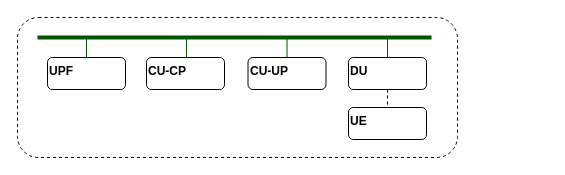
dsaucez/blueprint keeps this draw.io diagram as page "split" (4 of 6) of images/5g.drawio. Above is the earlier version. Source tidied: cells renumbered, new cells numbered last; positions are measured from the earlier drawing's top-left corner, leaving out a move shared by most shapes. Both pictures are drawn from the tidied source at 100%, with x=0, y=0 at pixel (17, 17).
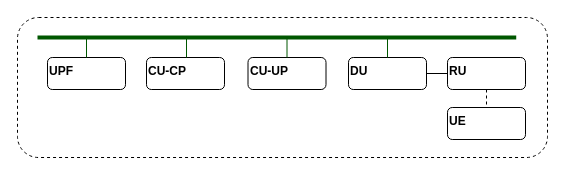
After the change.

Change to the diagram source:
```diff
@@
 <mxGraphModel background="#ffffff">
   <root>
     <mxCell id="0" />
     <mxCell id="1" parent="0" />
     <mxCell id="2" style="rounded=1;whiteSpace=wrap;html=1;strokeColor=#000000;strokeWidth=1;fontColor=#000000;fillColor=none;align=center;verticalAlign=top;dashed=1;" parent="1" vertex="1">
-      <mxGeometry width="440" height="140" as="geometry" />
+      <mxGeometry width="530" height="140" as="geometry" />
     </mxCell>
     <mxCell id="3" value="&lt;b&gt;CU-CP&lt;/b&gt;" style="rounded=1;whiteSpace=wrap;html=1;strokeColor=#000000;strokeWidth=1;fontColor=#000000;fillColor=none;align=left;verticalAlign=top;" parent="1" vertex="1">
       <mxGeometry x="129" y="40" width="78" height="32" as="geometry" />
     </mxCell>
     <mxCell id="4" value="&lt;b&gt;UE&lt;/b&gt;" style="rounded=1;whiteSpace=wrap;html=1;strokeColor=#000000;strokeWidth=1;fontColor=#000000;fillColor=none;align=left;verticalAlign=top;" parent="1" vertex="1">
-      <mxGeometry x="331" y="90" width="78" height="32" as="geometry" />
+      <mxGeometry x="430" y="90" width="78" height="32" as="geometry" />
     </mxCell>
-    <mxCell id="5" style="edgeStyle=none;html=1;strokeColor=#000000;strokeWidth=1;fontColor=#000000;endArrow=none;endFill=0;exitX=0.5;exitY=1;exitDx=0;exitDy=0;entryX=0.5;entryY=0;entryDx=0;entryDy=0;dashed=1;" parent="1" edge="1" source="9" target="4">
+    <mxCell id="5" style="edgeStyle=none;html=1;strokeColor=#000000;strokeWidth=1;fontColor=#000000;endArrow=none;endFill=0;exitX=0.5;exitY=1;exitDx=0;exitDy=0;entryX=0.5;entryY=0;entryDx=0;entryDy=0;dashed=1;" parent="1" edge="1" source="14" target="4">
       <mxGeometry relative="1" as="geometry" />
     </mxCell>
     <mxCell id="6" style="edgeStyle=none;html=1;strokeColor=#005700;strokeWidth=1;fontColor=#000000;endArrow=none;endFill=0;fillColor=#008a00;" parent="1" edge="1">
       <mxGeometry relative="1" as="geometry">
         <mxPoint x="169" y="20" as="sourcePoint" />
         <mxPoint x="169" y="40" as="targetPoint" />
       </mxGeometry>
     </mxCell>
     <mxCell id="7" style="endArrow=none;html=1;fontColor=#000000;strokeWidth=4;strokeColor=#005700;fillColor=#008a00;exitX=0.941;exitY=0.143;exitDx=0;exitDy=0;exitPerimeter=0;" parent="1" edge="1" source="2">
       <mxGeometry relative="1" as="geometry">
         <mxPoint x="20" y="20" as="targetPoint" />
       </mxGeometry>
     </mxCell>
     <mxCell id="8" value="&lt;b&gt;CU-UP&lt;/b&gt;" style="rounded=1;whiteSpace=wrap;html=1;strokeColor=#000000;strokeWidth=1;fontColor=#000000;fillColor=none;align=left;verticalAlign=top;" parent="1" vertex="1">
       <mxGeometry x="230.5" y="40" width="78" height="32" as="geometry" />
     </mxCell>
     <mxCell id="9" value="&lt;b&gt;DU&lt;/b&gt;" style="rounded=1;whiteSpace=wrap;html=1;strokeColor=#000000;strokeWidth=1;fontColor=#000000;fillColor=none;align=left;verticalAlign=top;" parent="1" vertex="1">
       <mxGeometry x="331" y="40" width="78" height="32" as="geometry" />
     </mxCell>
     <mxCell id="10" style="edgeStyle=none;html=1;strokeColor=#005700;strokeWidth=1;fontColor=#000000;endArrow=none;endFill=0;fillColor=#008a00;entryX=0.5;entryY=0;entryDx=0;entryDy=0;" parent="1" edge="1" target="8">
       <mxGeometry relative="1" as="geometry">
         <mxPoint x="269.5" y="20" as="sourcePoint" />
       </mxGeometry>
     </mxCell>
     <mxCell id="11" style="edgeStyle=none;html=1;strokeColor=#005700;strokeWidth=1;fontColor=#000000;endArrow=none;endFill=0;fillColor=#008a00;entryX=0.5;entryY=0;entryDx=0;entryDy=0;" parent="1" edge="1" target="9">
       <mxGeometry relative="1" as="geometry">
         <mxPoint x="370" y="20" as="sourcePoint" />
       </mxGeometry>
     </mxCell>
     <mxCell id="12" value="&lt;b&gt;UPF&lt;/b&gt;" style="rounded=1;whiteSpace=wrap;html=1;strokeColor=#000000;strokeWidth=1;fontColor=#000000;fillColor=none;align=left;verticalAlign=top;" parent="1" vertex="1">
       <mxGeometry x="30" y="40" width="78" height="32" as="geometry" />
     </mxCell>
     <mxCell id="13" style="edgeStyle=none;html=1;strokeColor=#005700;strokeWidth=1;fontColor=#000000;endArrow=none;endFill=0;fillColor=#008a00;entryX=0.5;entryY=0;entryDx=0;entryDy=0;" parent="1" edge="1" target="12">
       <mxGeometry relative="1" as="geometry">
         <mxPoint x="69" y="20" as="sourcePoint" />
       </mxGeometry>
     </mxCell>
+    <mxCell id="14" value="&lt;b&gt;RU&lt;/b&gt;" style="rounded=1;whiteSpace=wrap;html=1;strokeColor=#000000;strokeWidth=1;fontColor=#000000;fillColor=none;align=left;verticalAlign=top;" parent="1" vertex="1">
+      <mxGeometry x="430" y="40" width="78" height="32" as="geometry" />
+    </mxCell>
+    <mxCell id="15" style="edgeStyle=none;html=1;strokeColor=#000000;strokeWidth=1;fontColor=#000000;endArrow=none;endFill=0;fillColor=#008a00;entryX=0;entryY=0.5;entryDx=0;entryDy=0;exitX=1;exitY=0.5;exitDx=0;exitDy=0;" parent="1" edge="1" source="9" target="14">
+      <mxGeometry relative="1" as="geometry" />
+    </mxCell>
   </root>
 </mxGraphModel>
```
